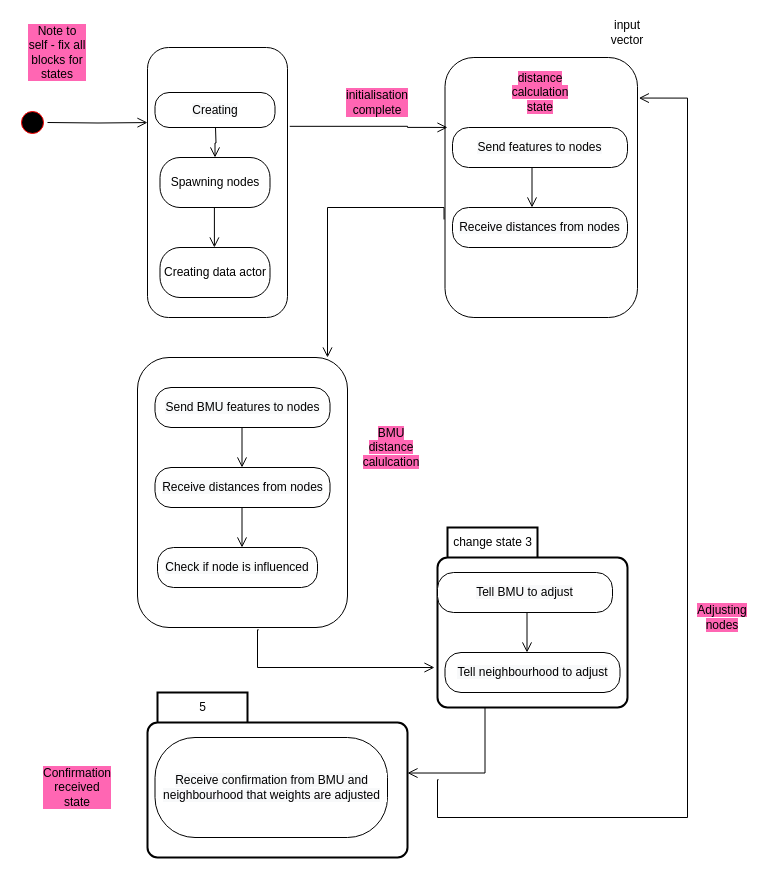
The draw.io diagram nodeMaestro.drawio in vanelopethecoder/som-basic, before the edit. Source tidied: cells renumbered, new cells numbered last; positions are measured from the earlier drawing's top-left corner, leaving out a move shared by most shapes. Both pictures are drawn from the tidied source at 100%, with x=0, y=0 at pixel (17, 17).
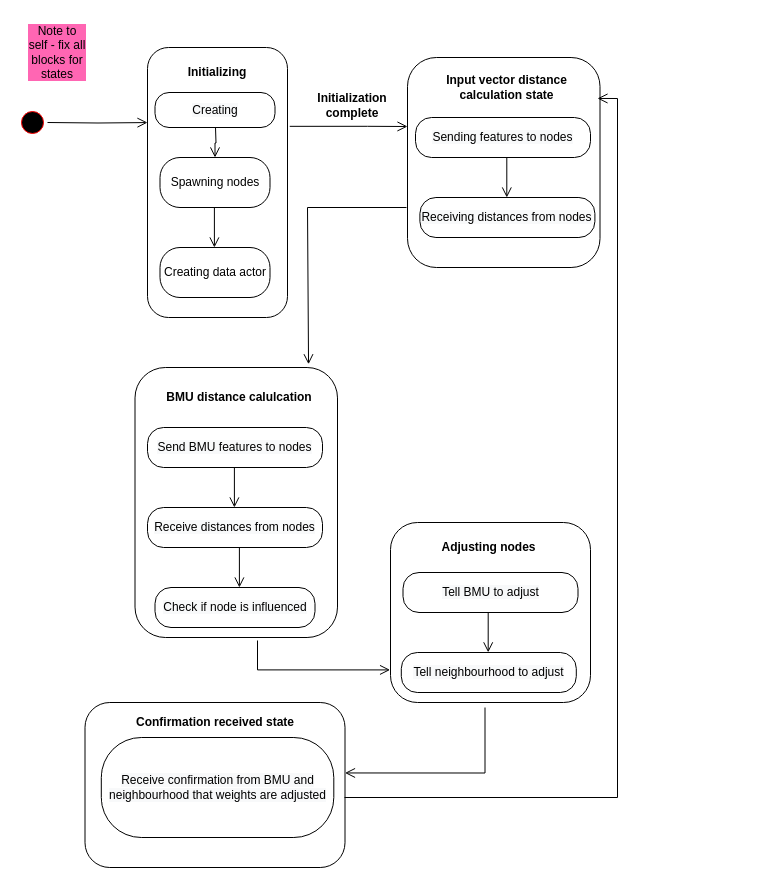
Above is the later version.

The change refers to these unchanged cells:
```xml
<mxCell id="4" style="rounded=1;whiteSpace=wrap;html=1;labelBackgroundColor=#FF66B3;" parent="1" vertex="1">
  <mxGeometry x="130" y="30" width="140" height="270" as="geometry" />
</mxCell>
```

What changed in the source:
```diff
@@
+    <mxCell id="38" style="rounded=1;whiteSpace=wrap;html=1;labelBackgroundColor=#FF66B3;" parent="1" vertex="1">
+      <mxGeometry x="67.5" y="685" width="260" height="165" as="geometry" />
+    </mxCell>
+    <mxCell id="39" style="rounded=1;whiteSpace=wrap;html=1;labelBackgroundColor=#FF66B3;" parent="1" vertex="1">
+      <mxGeometry x="373" y="505" width="200" height="180" as="geometry" />
+    </mxCell>
     <mxCell id="2" style="rounded=1;whiteSpace=wrap;html=1;labelBackgroundColor=#FF66B3;" parent="1" vertex="1">
-      <mxGeometry x="120" y="340" width="210" height="270" as="geometry" />
+      <mxGeometry x="117.5" y="350" width="202.5" height="270" as="geometry" />
     </mxCell>
     <mxCell id="3" style="rounded=1;whiteSpace=wrap;html=1;labelBackgroundColor=#FF66B3;" parent="1" vertex="1">
-      <mxGeometry x="427.5" y="40" width="192.5" height="260" as="geometry" />
+      <mxGeometry x="390" y="40" width="192.5" height="210" as="geometry" />
     </mxCell>
@@
-    <mxCell id="6" style="edgeStyle=orthogonalEdgeStyle;html=1;verticalAlign=bottom;endArrow=open;endSize=8;strokeColor=#000000;rounded=0;exitX=1.016;exitY=0.292;exitDx=0;exitDy=0;exitPerimeter=0;entryX=0.013;entryY=0.269;entryDx=0;entryDy=0;entryPerimeter=0;" parent="1" edge="1" source="4" target="3">
+    <mxCell id="6" style="edgeStyle=orthogonalEdgeStyle;html=1;verticalAlign=bottom;endArrow=open;endSize=8;strokeColor=#000000;rounded=0;exitX=1.016;exitY=0.292;exitDx=0;exitDy=0;exitPerimeter=0;" parent="1" edge="1" source="4">
       <mxGeometry relative="1" as="geometry">
+        <mxPoint x="390" y="109" as="targetPoint" />
         <Array as="points">
-          <mxPoint x="390" y="109" />
+          <mxPoint x="350" y="109" />
+          <mxPoint x="350" y="109" />
         </Array>
       </mxGeometry>
     </mxCell>
-    <mxCell id="7" value="&lt;span style=&quot;background-color: rgb(248 , 249 , 250)&quot;&gt;Send features to nodes&lt;/span&gt;" style="rounded=1;whiteSpace=wrap;html=1;arcSize=40;fontColor=#000000;fillColor=#FFFFFF;strokeColor=#000000;labelBackgroundColor=default;" parent="1" vertex="1">
-      <mxGeometry x="435" y="110" width="175" height="40" as="geometry" />
+    <mxCell id="7" value="&lt;span style=&quot;background-color: rgb(248 , 249 , 250)&quot;&gt;Sending features to nodes&lt;/span&gt;" style="rounded=1;whiteSpace=wrap;html=1;arcSize=40;fontColor=#000000;fillColor=#FFFFFF;strokeColor=#000000;labelBackgroundColor=default;" parent="1" vertex="1">
+      <mxGeometry x="398" y="100" width="175" height="40" as="geometry" />
     </mxCell>
-    <mxCell id="8" value="&lt;span style=&quot;background-color: rgb(248 , 249 , 250)&quot;&gt;Receive distances from nodes&lt;/span&gt;" style="rounded=1;whiteSpace=wrap;html=1;arcSize=40;fontColor=#000000;fillColor=#FFFFFF;strokeColor=#000000;labelBackgroundColor=default;" parent="1" vertex="1">
-      <mxGeometry x="435" y="190" width="175" height="40" as="geometry" />
+    <mxCell id="8" value="&lt;span style=&quot;background-color: rgb(248 , 249 , 250)&quot;&gt;Receiving distances from nodes&lt;/span&gt;" style="rounded=1;whiteSpace=wrap;html=1;arcSize=40;fontColor=#000000;fillColor=#FFFFFF;strokeColor=#000000;labelBackgroundColor=default;" parent="1" vertex="1">
+      <mxGeometry x="402.4" y="180" width="175" height="40" as="geometry" />
     </mxCell>
     <mxCell id="9" style="edgeStyle=orthogonalEdgeStyle;html=1;verticalAlign=bottom;endArrow=open;endSize=8;strokeColor=#000000;rounded=0;" parent="1" edge="1">
       <mxGeometry relative="1" as="geometry">
-        <mxPoint x="514.5" y="150" as="sourcePoint" />
-        <mxPoint x="514.5" y="190" as="targetPoint" />
+        <mxPoint x="489.3" y="140" as="sourcePoint" />
+        <mxPoint x="489.3" y="180" as="targetPoint" />
         <Array as="points">
-          <mxPoint x="514.5" y="190" />
+          <mxPoint x="489.3" y="180" />
         </Array>
       </mxGeometry>
     </mxCell>
@@
     <mxCell id="16" value="&lt;span style=&quot;background-color: rgb(248 , 249 , 250)&quot;&gt;Send BMU features to nodes&lt;/span&gt;" style="rounded=1;whiteSpace=wrap;html=1;arcSize=40;fontColor=#000000;fillColor=#FFFFFF;strokeColor=#000000;labelBackgroundColor=default;" parent="1" vertex="1">
-      <mxGeometry x="137.5" y="370" width="175" height="40" as="geometry" />
+      <mxGeometry x="130" y="410" width="175" height="40" as="geometry" />
     </mxCell>
     <mxCell id="17" value="&lt;span style=&quot;background-color: rgb(248 , 249 , 250)&quot;&gt;Receive distances from nodes&lt;/span&gt;" style="rounded=1;whiteSpace=wrap;html=1;arcSize=40;fontColor=#000000;fillColor=#FFFFFF;strokeColor=#000000;labelBackgroundColor=default;" parent="1" vertex="1">
-      <mxGeometry x="137.5" y="450" width="175" height="40" as="geometry" />
+      <mxGeometry x="130" y="490" width="175" height="40" as="geometry" />
     </mxCell>
     <mxCell id="18" value="&lt;span style=&quot;background-color: rgb(248 , 249 , 250)&quot;&gt;Check if node is influenced&lt;/span&gt;" style="rounded=1;whiteSpace=wrap;html=1;arcSize=40;fontColor=#000000;fillColor=#FFFFFF;strokeColor=#000000;labelBackgroundColor=default;" parent="1" vertex="1">
-      <mxGeometry x="140" y="530" width="160" height="40" as="geometry" />
+      <mxGeometry x="137.5" y="570" width="160" height="40" as="geometry" />
     </mxCell>
     <mxCell id="19" style="edgeStyle=orthogonalEdgeStyle;html=1;verticalAlign=bottom;endArrow=open;endSize=8;strokeColor=#000000;rounded=0;" parent="1" edge="1">
       <mxGeometry relative="1" as="geometry">
-        <mxPoint x="224.5" y="410" as="sourcePoint" />
-        <mxPoint x="224.5" y="450" as="targetPoint" />
+        <mxPoint x="216.9" y="450" as="sourcePoint" />
+        <mxPoint x="216.9" y="490" as="targetPoint" />
         <Array as="points">
-          <mxPoint x="224.5" y="450" />
+          <mxPoint x="216.9" y="490" />
         </Array>
       </mxGeometry>
     </mxCell>
     <mxCell id="20" style="edgeStyle=orthogonalEdgeStyle;html=1;verticalAlign=bottom;endArrow=open;endSize=8;strokeColor=#000000;rounded=0;" parent="1" edge="1">
       <mxGeometry relative="1" as="geometry">
-        <mxPoint x="224.5" y="490" as="sourcePoint" />
-        <mxPoint x="224.5" y="530" as="targetPoint" />
+        <mxPoint x="221.9" y="530" as="sourcePoint" />
+        <mxPoint x="221.9" y="570" as="targetPoint" />
         <Array as="points">
-          <mxPoint x="224.5" y="530" />
+          <mxPoint x="221.9" y="570" />
         </Array>
       </mxGeometry>
     </mxCell>
-    <mxCell id="21" value="change state 3" style="shape=folder;align=center;verticalAlign=middle;fontStyle=0;tabWidth=100;tabHeight=30;tabPosition=left;html=1;boundedLbl=1;labelInHeader=1;rounded=1;absoluteArcSize=1;arcSize=10;strokeWidth=2;" parent="1" vertex="1">
-      <mxGeometry x="420" y="510" width="190" height="180" as="geometry" />
-    </mxCell>
     <mxCell id="22" value="&lt;span style=&quot;background-color: rgb(248 , 249 , 250)&quot;&gt;Tell BMU to adjust&lt;/span&gt;" style="rounded=1;whiteSpace=wrap;html=1;arcSize=40;fontColor=#000000;fillColor=#FFFFFF;strokeColor=#000000;labelBackgroundColor=default;" parent="1" vertex="1">
-      <mxGeometry x="420" y="555" width="175" height="40" as="geometry" />
+      <mxGeometry x="385.5" y="555" width="175" height="40" as="geometry" />
     </mxCell>
     <mxCell id="23" style="edgeStyle=orthogonalEdgeStyle;html=1;verticalAlign=bottom;endArrow=open;endSize=8;strokeColor=#000000;rounded=0;" parent="1" edge="1">
       <mxGeometry relative="1" as="geometry">
-        <mxPoint x="509.5" y="595" as="sourcePoint" />
-        <mxPoint x="509.5" y="635" as="targetPoint" />
+        <mxPoint x="470.7" y="594.9" as="sourcePoint" />
+        <mxPoint x="470.7" y="634.9" as="targetPoint" />
         <Array as="points">
-          <mxPoint x="509.5" y="635" />
+          <mxPoint x="470.7" y="634.9" />
         </Array>
       </mxGeometry>
     </mxCell>
     <mxCell id="24" value="&lt;span style=&quot;background-color: rgb(248 , 249 , 250)&quot;&gt;Tell neighbourhood to adjust&lt;/span&gt;" style="rounded=1;whiteSpace=wrap;html=1;arcSize=40;fontColor=#000000;fillColor=#FFFFFF;strokeColor=#000000;labelBackgroundColor=default;" parent="1" vertex="1">
-      <mxGeometry x="427.5" y="635" width="175" height="40" as="geometry" />
+      <mxGeometry x="383.8" y="635" width="175" height="40" as="geometry" />
     </mxCell>
-    <mxCell id="25" style="edgeStyle=orthogonalEdgeStyle;html=1;verticalAlign=bottom;endArrow=open;endSize=8;strokeColor=#000000;rounded=0;exitX=-0.005;exitY=0.623;exitDx=0;exitDy=0;exitPerimeter=0;" parent="1" edge="1" source="3">
+    <mxCell id="25" style="edgeStyle=orthogonalEdgeStyle;html=1;verticalAlign=bottom;endArrow=open;endSize=8;strokeColor=#000000;rounded=0;entryX=0.857;entryY=-0.012;entryDx=0;entryDy=0;entryPerimeter=0;" parent="1" edge="1" target="2">
       <mxGeometry relative="1" as="geometry">
-        <mxPoint x="310" y="340" as="targetPoint" />
+        <mxPoint x="389" y="190" as="sourcePoint" />
         <Array as="points">
-          <mxPoint x="427" y="190" />
-          <mxPoint x="310" y="190" />
+          <mxPoint x="389" y="190" />
+          <mxPoint x="290" y="190" />
+          <mxPoint x="290" y="347" />
         </Array>
       </mxGeometry>
     </mxCell>
-    <mxCell id="26" style="edgeStyle=orthogonalEdgeStyle;html=1;verticalAlign=bottom;endArrow=open;endSize=8;strokeColor=#000000;rounded=0;exitX=0.556;exitY=1.008;exitDx=0;exitDy=0;exitPerimeter=0;" parent="1" edge="1">
+    <mxCell id="26" style="edgeStyle=orthogonalEdgeStyle;html=1;verticalAlign=bottom;endArrow=open;endSize=8;strokeColor=#000000;rounded=0;entryX=-0.002;entryY=0.819;entryDx=0;entryDy=0;entryPerimeter=0;" parent="1" edge="1" target="39">
       <mxGeometry relative="1" as="geometry">
-        <mxPoint x="241.2" y="612.3" as="sourcePoint" />
-        <mxPoint x="417" y="650" as="targetPoint" />
+        <mxPoint x="240" y="623" as="sourcePoint" />
         <Array as="points">
-          <mxPoint x="240" y="612" />
-          <mxPoint x="240" y="650" />
+          <mxPoint x="240" y="623" />
+          <mxPoint x="240" y="657" />
         </Array>
       </mxGeometry>
     </mxCell>
-    <mxCell id="27" value="5" style="shape=folder;align=center;verticalAlign=middle;fontStyle=0;tabWidth=100;tabHeight=30;tabPosition=left;html=1;boundedLbl=1;labelInHeader=1;rounded=1;absoluteArcSize=1;arcSize=10;strokeWidth=2;" parent="1" vertex="1">
-      <mxGeometry x="130" y="675" width="260" height="165" as="geometry" />
-    </mxCell>
     <mxCell id="28" value="&lt;span style=&quot;background-color: rgb(248 , 249 , 250)&quot;&gt;Receive confirmation from BMU and neighbourhood that weights are adjusted&lt;/span&gt;" style="rounded=1;whiteSpace=wrap;html=1;arcSize=40;fontColor=#000000;fillColor=#FFFFFF;strokeColor=#000000;labelBackgroundColor=default;" parent="1" vertex="1">
-      <mxGeometry x="137.5" y="720" width="232.5" height="100" as="geometry" />
+      <mxGeometry x="83.8" y="720" width="232.5" height="100" as="geometry" />
     </mxCell>
-    <mxCell id="29" style="edgeStyle=orthogonalEdgeStyle;html=1;verticalAlign=bottom;endArrow=open;endSize=8;strokeColor=#000000;rounded=0;entryX=1;entryY=0.488;entryDx=0;entryDy=0;entryPerimeter=0;exitX=0.25;exitY=1;exitDx=0;exitDy=0;exitPerimeter=0;" parent="1" edge="1" source="21" target="27">
+    <mxCell id="29" style="edgeStyle=orthogonalEdgeStyle;html=1;verticalAlign=bottom;endArrow=open;endSize=8;strokeColor=#000000;rounded=0;entryX=1;entryY=0.427;entryDx=0;entryDy=0;entryPerimeter=0;exitX=0.25;exitY=1;exitDx=0;exitDy=0;exitPerimeter=0;" parent="1" edge="1" target="38">
       <mxGeometry relative="1" as="geometry">
+        <mxPoint x="467.5" y="690" as="sourcePoint" />
         <Array as="points">
-          <mxPoint x="468" y="756" />
+          <mxPoint x="467" y="756" />
         </Array>
       </mxGeometry>
     </mxCell>
-    <mxCell id="30" style="edgeStyle=orthogonalEdgeStyle;html=1;verticalAlign=bottom;endArrow=open;endSize=8;strokeColor=#000000;rounded=0;exitX=0.556;exitY=1.008;exitDx=0;exitDy=0;exitPerimeter=0;entryX=1.007;entryY=0.156;entryDx=0;entryDy=0;entryPerimeter=0;" parent="1" edge="1" target="3">
+    <mxCell id="30" style="edgeStyle=orthogonalEdgeStyle;html=1;verticalAlign=bottom;endArrow=open;endSize=8;strokeColor=#000000;rounded=0;entryX=0.987;entryY=0.195;entryDx=0;entryDy=0;entryPerimeter=0;" parent="1" edge="1" target="3">
       <mxGeometry relative="1" as="geometry">
-        <mxPoint x="421.1" y="762.2" as="sourcePoint" />
+        <mxPoint x="327" y="780" as="sourcePoint" />
         <Array as="points">
-          <mxPoint x="420" y="762" />
-          <mxPoint x="420" y="800" />
-          <mxPoint x="670" y="800" />
-          <mxPoint x="670" y="81" />
+          <mxPoint x="600" y="780" />
+          <mxPoint x="600" y="81" />
         </Array>
       </mxGeometry>
     </mxCell>
-    <mxCell id="31" value="&lt;span style=&quot;background-color: rgb(255 , 102 , 179)&quot;&gt;distance calculation state&lt;/span&gt;" style="text;html=1;strokeColor=none;fillColor=none;align=center;verticalAlign=middle;whiteSpace=wrap;rounded=0;" parent="1" vertex="1">
-      <mxGeometry x="492.5" y="60" width="60" height="30" as="geometry" />
+    <mxCell id="31" value="&lt;b&gt;Input vector&lt;span style=&quot;background-color: rgb(255 , 255 , 255)&quot;&gt;&amp;nbsp;distance calculation state&lt;/span&gt;&lt;/b&gt;" style="text;html=1;strokeColor=none;fillColor=none;align=center;verticalAlign=middle;whiteSpace=wrap;rounded=0;" parent="1" vertex="1">
+      <mxGeometry x="419.2" y="50" width="141.2" height="40" as="geometry" />
     </mxCell>
-    <mxCell id="32" value="input vector" style="text;html=1;strokeColor=none;fillColor=none;align=center;verticalAlign=middle;whiteSpace=wrap;rounded=0;" parent="1" vertex="1">
-      <mxGeometry x="580" width="60" height="30" as="geometry" />
-    </mxCell>
-    <mxCell id="33" value="&lt;span style=&quot;background-color: rgb(255 , 102 , 179)&quot;&gt;BMU distance calulcation&lt;/span&gt;" style="text;html=1;strokeColor=none;fillColor=none;align=center;verticalAlign=middle;whiteSpace=wrap;rounded=0;" parent="1" vertex="1">
-      <mxGeometry x="339" y="410" width="70" height="40" as="geometry" />
+    <mxCell id="33" value="&lt;span style=&quot;background-color: rgb(255 , 255 , 255)&quot;&gt;&lt;b&gt;BMU distance calulcation&lt;/b&gt;&lt;/span&gt;" style="text;html=1;strokeColor=none;fillColor=none;align=center;verticalAlign=middle;whiteSpace=wrap;rounded=0;" parent="1" vertex="1">
+      <mxGeometry x="142.5" y="360" width="157.5" height="40" as="geometry" />
     </mxCell>
-    <mxCell id="34" value="&lt;span style=&quot;background-color: rgb(255 , 102 , 179)&quot;&gt;Adjusting nodes&lt;/span&gt;" style="text;html=1;strokeColor=none;fillColor=none;align=center;verticalAlign=middle;whiteSpace=wrap;rounded=0;" parent="1" vertex="1">
-      <mxGeometry x="670" y="580" width="70" height="40" as="geometry" />
+    <mxCell id="34" value="&lt;span style=&quot;background-color: rgb(255 , 255 , 255)&quot;&gt;Adjusting nodes&lt;/span&gt;" style="text;html=1;strokeColor=none;fillColor=none;align=center;verticalAlign=middle;whiteSpace=wrap;rounded=0;fontStyle=1;" parent="1" vertex="1">
+      <mxGeometry x="390" y="520" width="162.5" height="20" as="geometry" />
     </mxCell>
-    <mxCell id="35" value="Confirmation received state" style="text;html=1;strokeColor=none;fillColor=none;align=center;verticalAlign=middle;whiteSpace=wrap;rounded=0;labelBackgroundColor=#FF66B3;" parent="1" vertex="1">
-      <mxGeometry x="30" y="755" width="60" height="30" as="geometry" />
+    <mxCell id="35" value="&lt;b&gt;Confirmation received state&lt;/b&gt;" style="text;html=1;strokeColor=none;fillColor=none;align=center;verticalAlign=middle;whiteSpace=wrap;rounded=0;labelBackgroundColor=#FFFFFF;" parent="1" vertex="1">
+      <mxGeometry x="112.5" y="690" width="170" height="30" as="geometry" />
     </mxCell>
@@
-    <mxCell id="37" value="initialisation complete" style="text;html=1;strokeColor=none;fillColor=none;align=center;verticalAlign=middle;whiteSpace=wrap;rounded=0;labelBackgroundColor=#FF66B3;" parent="1" vertex="1">
-      <mxGeometry x="330" y="70" width="60" height="30" as="geometry" />
+    <mxCell id="37" value="&lt;span&gt;&lt;b&gt;Initialization complete&lt;/b&gt;&lt;/span&gt;" style="text;html=1;strokeColor=none;fillColor=none;align=center;verticalAlign=middle;whiteSpace=wrap;rounded=0;labelBackgroundColor=#FFFFFF;" parent="1" vertex="1">
+      <mxGeometry x="280" y="75" width="110" height="25" as="geometry" />
     </mxCell>
+    <mxCell id="40" value="&lt;b&gt;Initializing&lt;/b&gt;" style="text;html=1;strokeColor=none;fillColor=none;align=center;verticalAlign=middle;whiteSpace=wrap;rounded=0;labelBackgroundColor=#FFFFFF;" parent="1" vertex="1">
+      <mxGeometry x="170" y="40" width="60" height="30" as="geometry" />
+    </mxCell>
```
